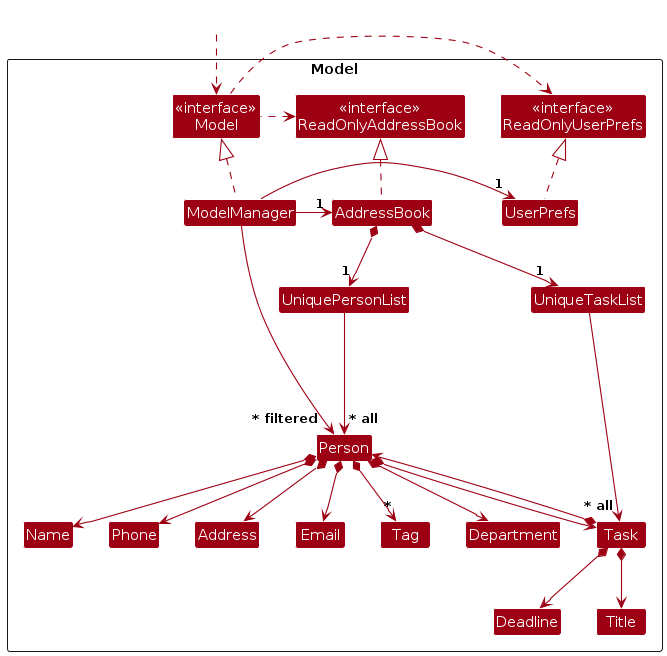
Above: diagrams/ModelClassDiagram.png in AY2324S2-CS2103T-T14-1/tp (PlantUML), before the change. Its source is kept beside it as diagrams/ModelClassDiagram.puml.
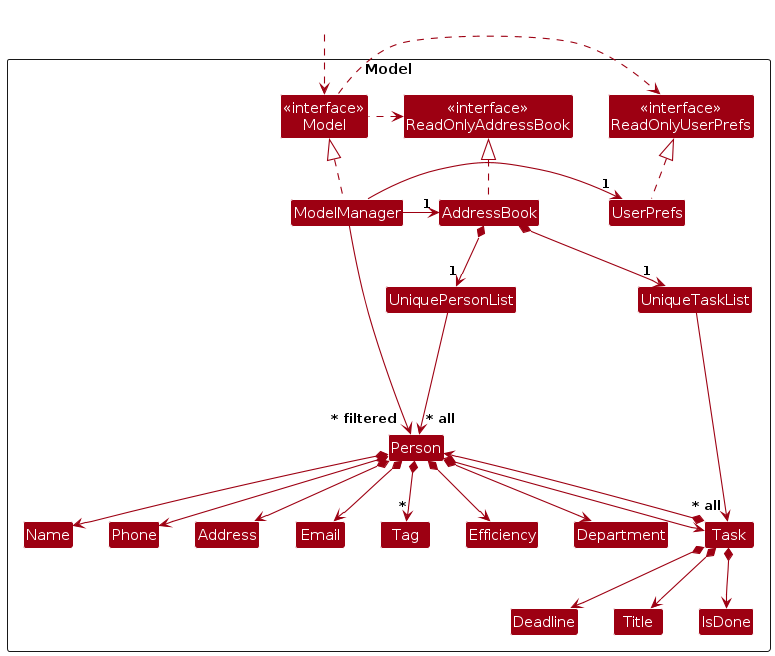
Later version of the same file.

Change to the diagram source:
```diff
@@ -20,11 +20,13 @@
 Class Phone
 Class Department
 Class Tag
+Class Efficiency
 
 Class UniqueTaskList
 Class Task
 Class Deadline
 Class Title
+Class IsDone
 
 Class I #FFFFFF
 }
@@ -50,12 +52,14 @@
 Person *--> Department
 Person *--> "*" Tag
 Person *--> Task
+Person *--> Efficiency
 
 AddressBook *--> "1" UniqueTaskList
 UniqueTaskList --> "~* all" Task
 Task *--> Title
 Task *--> Deadline
 Task *--> Person
+Task *--> IsDone
 
 Task -[hidden]up--> I
 UniqueTaskList -[hidden]right-> I
```
